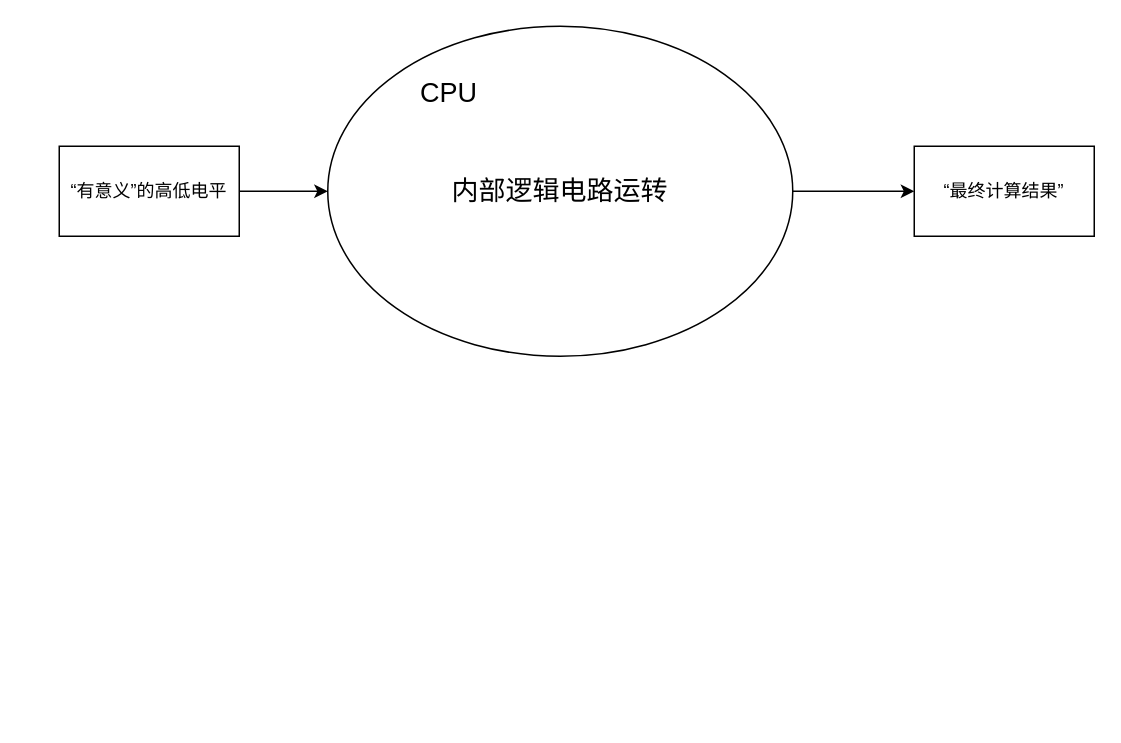
Earlier version of the draw.io diagram thefirstpic.drawio (white0dew/Mydiagrams). Source tidied: cells renumbered, new cells numbered last; positions are measured from the earlier drawing's top-left corner, leaving out a move shared by most shapes. Both pictures are drawn from the tidied source at 150%, with x=0, y=0 at pixel (58, 26).
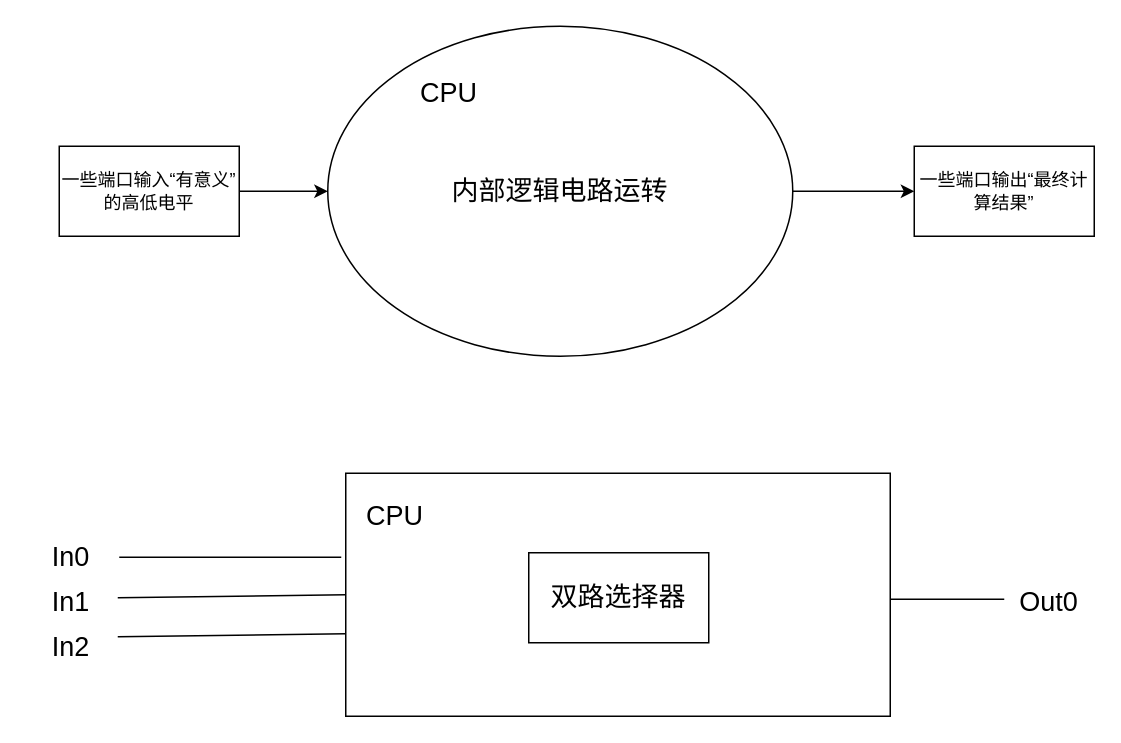
After the change.

The edit, as a diff of the source:
```diff
@@
+    <mxCell id="8" style="rounded=0;whiteSpace=wrap;html=1;fontSize=18;" parent="1" vertex="1">
+      <mxGeometry x="191" y="298" width="363" height="162" as="geometry" />
+    </mxCell>
@@
-    <mxCell id="3" value="“有意义”的高低电平" style="rounded=0;whiteSpace=wrap;html=1;" parent="1" vertex="1">
+    <mxCell id="3" value="一些端口输入“有意义”的高低电平" style="rounded=0;whiteSpace=wrap;html=1;" parent="1" vertex="1">
       <mxGeometry y="80" width="120" height="60" as="geometry" />
     </mxCell>
@@
-    <mxCell id="7" value="“最终计算结果”" style="rounded=0;whiteSpace=wrap;html=1;" parent="1" vertex="1">
+    <mxCell id="7" value="一些端口输出“最终计算结果”" style="rounded=0;whiteSpace=wrap;html=1;" parent="1" vertex="1">
       <mxGeometry x="570" y="80" width="120" height="60" as="geometry" />
     </mxCell>
+    <mxCell id="9" value="CPU" style="text;html=1;strokeColor=none;fillColor=none;align=center;verticalAlign=middle;whiteSpace=wrap;rounded=0;fontSize=18;" parent="1" vertex="1">
+      <mxGeometry x="194" y="312" width="60" height="30" as="geometry" />
+    </mxCell>
+    <mxCell id="10" style="endArrow=none;html=1;rounded=0;fontSize=18;" parent="1" edge="1">
+      <mxGeometry relative="1" as="geometry">
+        <mxPoint x="554" y="382" as="sourcePoint" />
+        <mxPoint x="630" y="382" as="targetPoint" />
+      </mxGeometry>
+    </mxCell>
+    <mxCell id="11" style="endArrow=none;html=1;rounded=0;fontSize=18;" parent="1" edge="1">
+      <mxGeometry relative="1" as="geometry">
+        <mxPoint x="40" y="354" as="sourcePoint" />
+        <mxPoint x="188" y="354" as="targetPoint" />
+      </mxGeometry>
+    </mxCell>
+    <mxCell id="12" style="endArrow=none;html=1;rounded=0;fontSize=18;entryX=0;entryY=0.5;entryDx=0;entryDy=0;" parent="1" edge="1" target="8">
+      <mxGeometry relative="1" as="geometry">
+        <mxPoint x="39" y="381" as="sourcePoint" />
+      </mxGeometry>
+    </mxCell>
+    <mxCell id="13" style="endArrow=none;html=1;rounded=0;fontSize=18;entryX=0;entryY=0.5;entryDx=0;entryDy=0;" parent="1" edge="1">
+      <mxGeometry relative="1" as="geometry">
+        <mxPoint x="39" y="407" as="sourcePoint" />
+        <mxPoint x="191" y="405" as="targetPoint" />
+      </mxGeometry>
+    </mxCell>
+    <mxCell id="14" value="In0" style="text;html=1;strokeColor=none;fillColor=none;align=center;verticalAlign=middle;whiteSpace=wrap;rounded=0;fontSize=18;" parent="1" vertex="1">
+      <mxGeometry x="-22" y="339" width="60" height="30" as="geometry" />
+    </mxCell>
+    <mxCell id="15" value="In1" style="text;html=1;strokeColor=none;fillColor=none;align=center;verticalAlign=middle;whiteSpace=wrap;rounded=0;fontSize=18;" parent="1" vertex="1">
+      <mxGeometry x="-22" y="369" width="60" height="30" as="geometry" />
+    </mxCell>
+    <mxCell id="16" value="In2" style="text;html=1;strokeColor=none;fillColor=none;align=center;verticalAlign=middle;whiteSpace=wrap;rounded=0;fontSize=18;" parent="1" vertex="1">
+      <mxGeometry x="-22" y="399" width="60" height="30" as="geometry" />
+    </mxCell>
+    <mxCell id="17" value="双路选择器" style="rounded=0;whiteSpace=wrap;html=1;fontSize=18;" parent="1" vertex="1">
+      <mxGeometry x="313" y="351" width="120" height="60" as="geometry" />
+    </mxCell>
+    <mxCell id="18" value="Out0" style="text;html=1;strokeColor=none;fillColor=none;align=center;verticalAlign=middle;whiteSpace=wrap;rounded=0;fontSize=18;" parent="1" vertex="1">
+      <mxGeometry x="630" y="369" width="60" height="30" as="geometry" />
+    </mxCell>
```
